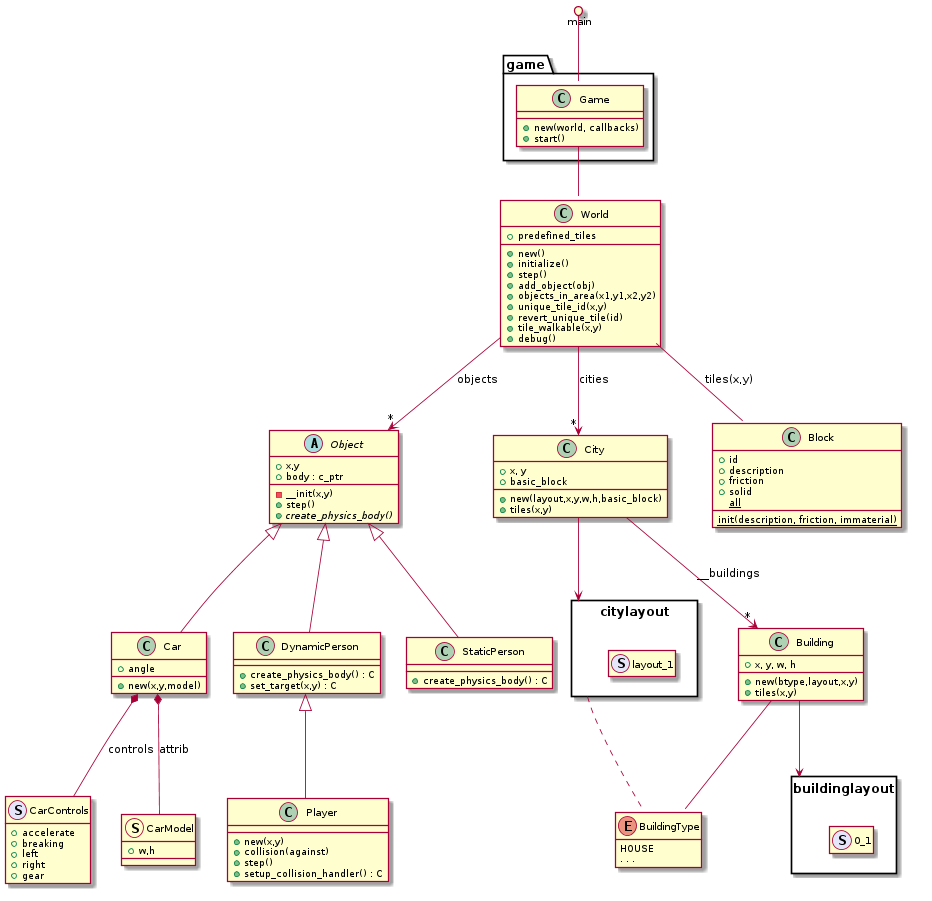
Before: doc/classes.png, a diagram exported from PlantUML (andrenho/newhope).
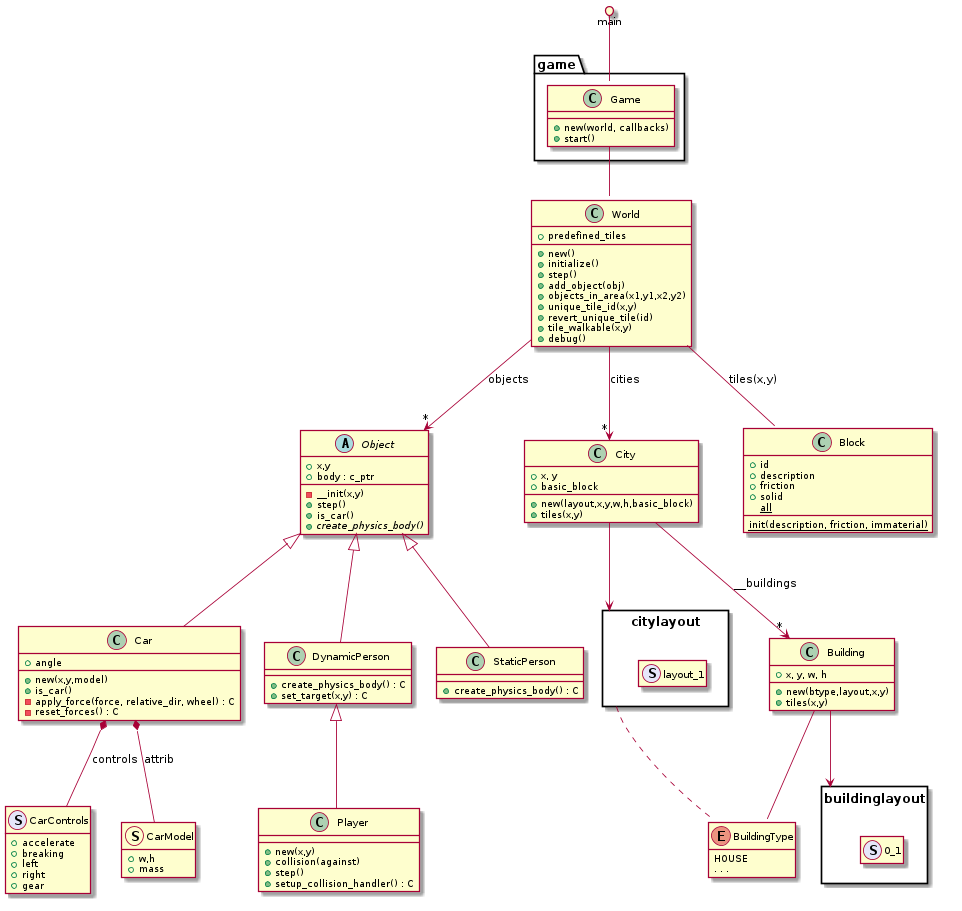
Above is the later version.

Diff of the diagram source:
```diff
@@ -59,6 +59,7 @@
   -__init(x,y)
   +body : c_ptr
   +step()
+  +is_car()
   +{abstract} create_physics_body()
 }
 
@@ -81,6 +82,9 @@
 class Car {
   +angle
   +new(x,y,model)
+  +is_car()
+  -apply_force(force, relative_dir, wheel) : C
+  -reset_forces() : C
 }
 
 class CarControls << (S,lavender) >> {
@@ -94,8 +98,9 @@
 
 class CarModel << (S,lavander) >> {
   +w,h
+  +mass
 }
-hide CarControls methods
+hide CarModel methods
 
 class City {
   +x, y
```
